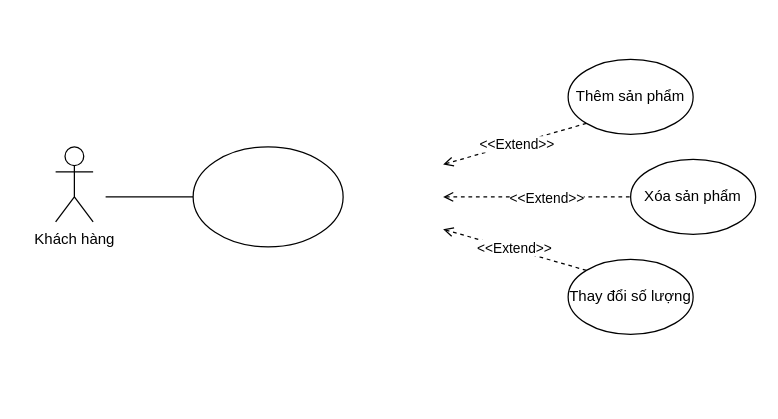
This is page "QuanLyGioHang" (4 of 6) of usecase.drawio from QuangHuy2201/FinalProject-Diagrams, a draw.io file, before an edit. Source tidied: cells renumbered, new cells numbered last; positions are measured from the earlier drawing's top-left corner, leaving out a move shared by most shapes. Both pictures are drawn from the tidied source at 125%, with x=0, y=0 at pixel (55, 59).
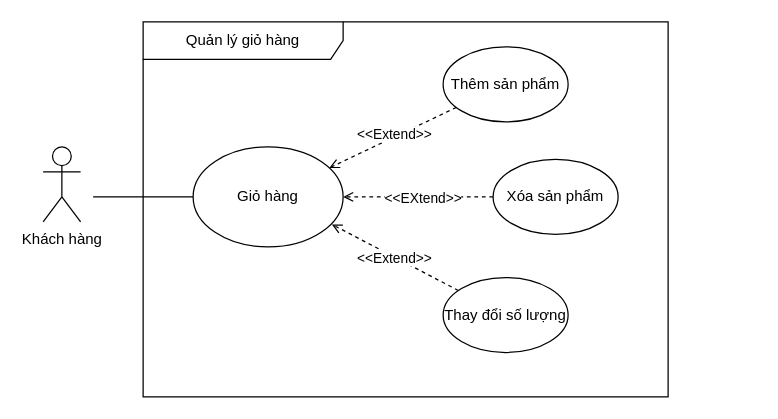
Above is the later version.

The edit, as a diff of the source:
```diff
@@
 <mxGraphModel>
   <root>
     <mxCell id="0" />
     <mxCell id="1" parent="0" />
-    <mxCell id="2" style="rounded=0;jettySize=auto;html=1;entryX=0;entryY=1;entryDx=0;entryDy=0;startArrow=open;startFill=0;endArrow=none;endFill=0;dashed=1;" parent="1" edge="1" target="9">
-      <mxGeometry relative="1" as="geometry">
-        <mxPoint x="310" y="84.1" as="sourcePoint" />
-      </mxGeometry>
-    </mxCell>
-    <mxCell id="3" value="&amp;lt;&amp;lt;Extend&amp;gt;&amp;gt;" style="edgeLabel;html=1;align=center;verticalAlign=middle;" parent="2" vertex="1">
-      <mxGeometry x="0.02" relative="1" as="geometry" />
-    </mxCell>
-    <mxCell id="4" style="rounded=0;jettySize=auto;html=1;entryX=0;entryY=0.5;entryDx=0;entryDy=0;endArrow=none;endFill=0;startArrow=open;startFill=0;dashed=1;" parent="1" edge="1" target="11">
-      <mxGeometry relative="1" as="geometry">
-        <mxPoint x="310" y="110" as="sourcePoint" />
-      </mxGeometry>
-    </mxCell>
-    <mxCell id="5" value="&amp;lt;&amp;lt;Extend&amp;gt;&amp;gt;" style="edgeLabel;html=1;align=center;verticalAlign=middle;" parent="4" vertex="1">
-      <mxGeometry x="0.09" relative="1" as="geometry" />
-    </mxCell>
-    <mxCell id="6" style="rounded=0;jettySize=auto;html=1;entryX=0;entryY=0;entryDx=0;entryDy=0;startArrow=open;startFill=0;endArrow=none;endFill=0;dashed=1;" parent="1" edge="1" target="10">
-      <mxGeometry relative="1" as="geometry">
-        <mxPoint x="310" y="135.9" as="sourcePoint" />
-      </mxGeometry>
-    </mxCell>
-    <mxCell id="7" value="&amp;lt;&amp;lt;Extend&amp;gt;&amp;gt;" style="edgeLabel;html=1;align=center;verticalAlign=middle;" parent="6" vertex="1">
-      <mxGeometry x="-0.03" y="1" relative="1" as="geometry" />
-    </mxCell>
     <mxCell id="8" value="Khách hàng" style="shape=umlActor;verticalLabelPosition=bottom;verticalAlign=top;html=1;" parent="1" vertex="1">
-      <mxGeometry y="70" width="30" height="60" as="geometry" />
+      <mxGeometry x="-10" y="70" width="30" height="60" as="geometry" />
     </mxCell>
+    <mxCell id="14" style="rounded=0;jettySize=auto;html=1;dashed=1;endArrow=open;endFill=0;" parent="1" edge="1" source="9" target="13">
+      <mxGeometry relative="1" as="geometry" />
+    </mxCell>
+    <mxCell id="15" value="&amp;lt;&amp;lt;Extend&amp;gt;&amp;gt;" style="edgeLabel;html=1;align=center;verticalAlign=middle;" parent="14" vertex="1">
+      <mxGeometry x="-0.04" y="-2" relative="1" as="geometry" />
+    </mxCell>
     <mxCell id="9" value="Thêm sản phẩm" style="ellipse;whiteSpace=wrap;html=1;" parent="1" vertex="1">
-      <mxGeometry x="410" width="100" height="60" as="geometry" />
+      <mxGeometry x="310" y="-10" width="100" height="60" as="geometry" />
     </mxCell>
+    <mxCell id="16" style="rounded=0;jettySize=auto;html=1;entryX=0.925;entryY=0.775;entryDx=0;entryDy=0;dashed=1;endArrow=open;endFill=0;entryPerimeter=0;" parent="1" edge="1" source="10" target="13">
+      <mxGeometry relative="1" as="geometry" />
+    </mxCell>
+    <mxCell id="17" value="&amp;lt;&amp;lt;Extend&amp;gt;&amp;gt;" style="edgeLabel;html=1;align=center;verticalAlign=middle;" parent="16" vertex="1">
+      <mxGeometry x="-0.01" relative="1" as="geometry">
+        <mxPoint x="-1" as="offset" />
+      </mxGeometry>
+    </mxCell>
     <mxCell id="10" value="Thay đổi số lượng" style="ellipse;whiteSpace=wrap;html=1;" parent="1" vertex="1">
-      <mxGeometry x="410" y="160" width="100" height="60" as="geometry" />
+      <mxGeometry x="310" y="174.5" width="100" height="60" as="geometry" />
     </mxCell>
+    <mxCell id="18" style="rounded=0;jettySize=auto;html=1;dashed=1;endArrow=open;endFill=0;" parent="1" edge="1" source="11" target="13">
+      <mxGeometry relative="1" as="geometry" />
+    </mxCell>
+    <mxCell id="19" value="&amp;lt;&amp;lt;EXtend&amp;gt;&amp;gt;" style="edgeLabel;html=1;align=center;verticalAlign=middle;" parent="18" vertex="1">
+      <mxGeometry x="-0.05" relative="1" as="geometry" />
+    </mxCell>
     <mxCell id="11" value="Xóa sản phẩm" style="ellipse;whiteSpace=wrap;html=1;" parent="1" vertex="1">
-      <mxGeometry x="460" y="80" width="100" height="60" as="geometry" />
+      <mxGeometry x="350" y="80" width="100" height="60" as="geometry" />
     </mxCell>
     <mxCell id="12" style="rounded=0;jettySize=auto;html=1;endArrow=none;endFill=0;" parent="1" edge="1" source="13">
       <mxGeometry relative="1" as="geometry">
-        <mxPoint x="40" y="110" as="targetPoint" />
+        <mxPoint x="30" y="110" as="targetPoint" />
       </mxGeometry>
     </mxCell>
-    <mxCell id="13" style="ellipse;whiteSpace=wrap;html=1;" parent="1" vertex="1">
+    <mxCell id="13" value="Giỏ hàng" style="ellipse;whiteSpace=wrap;html=1;" parent="1" vertex="1">
       <mxGeometry x="110" y="70" width="120" height="80" as="geometry" />
     </mxCell>
+    <mxCell id="20" value="Quản lý giỏ hàng" style="shape=umlFrame;whiteSpace=wrap;html=1;width=160;" parent="1" vertex="1">
+      <mxGeometry x="70" y="-30" width="420" height="300" as="geometry" />
+    </mxCell>
   </root>
 </mxGraphModel>
```
